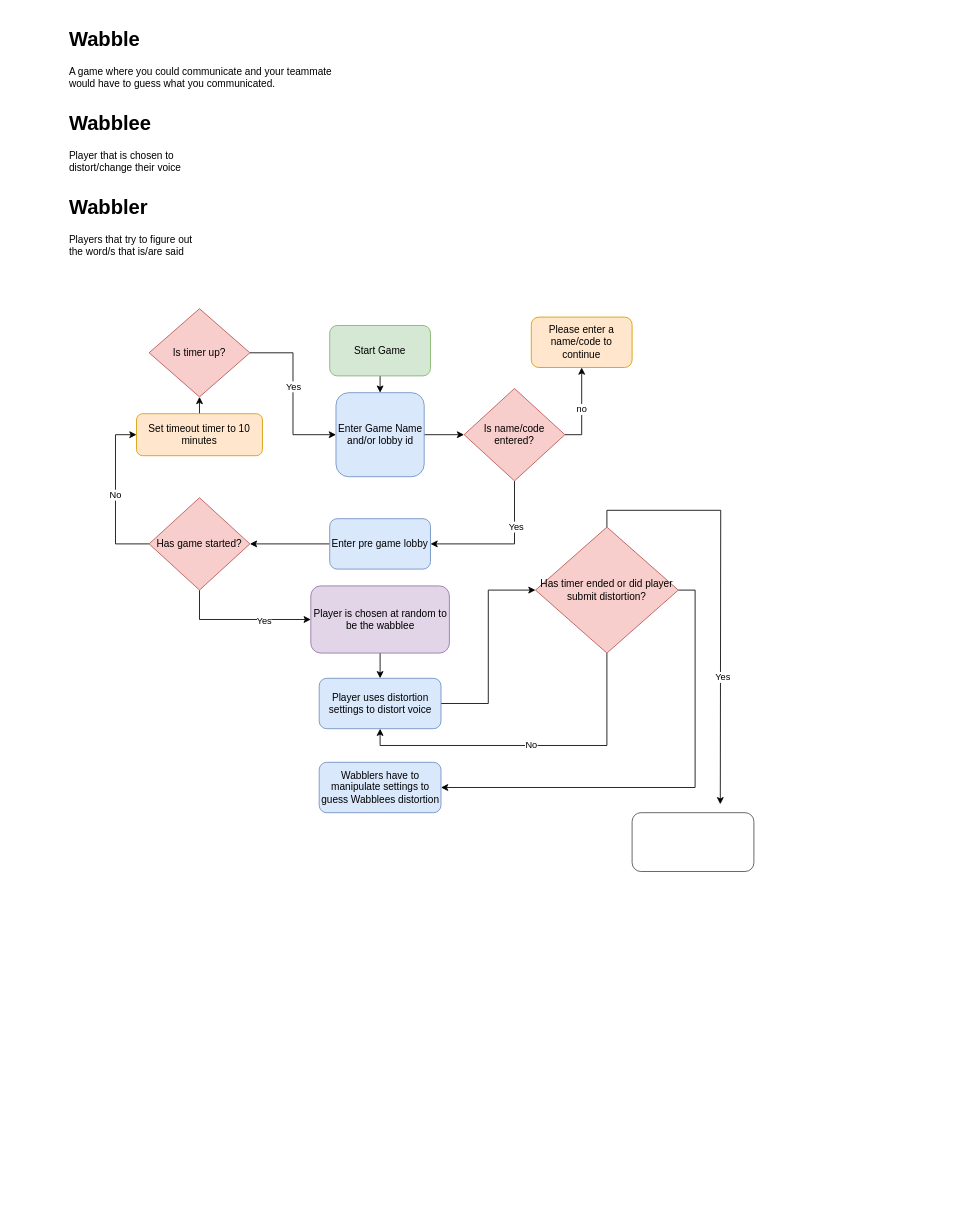
Above: Untitled Diagram.drawio in keemz1/keemz1 (draw.io), before the change. Source tidied: cells renumbered, new cells numbered last; positions are measured from the earlier drawing's top-left corner, leaving out a move shared by most shapes. Both pictures are drawn from the tidied source at 84%, with x=0, y=0 at pixel (65, 23).
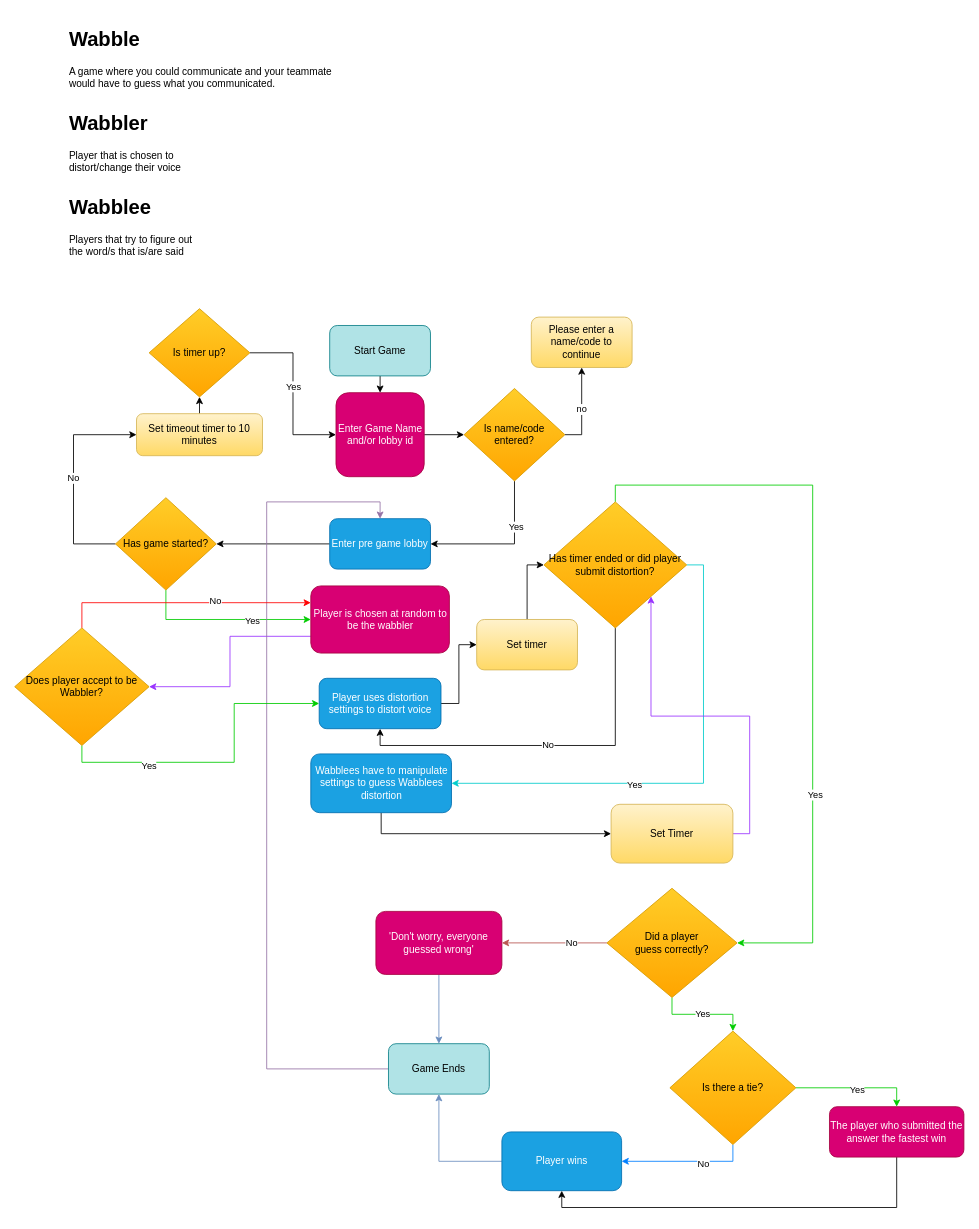
Above is the later version.

Change to the diagram source:
```diff
@@
-    <mxCell id="3" value="Start Game" style="rounded=1;whiteSpace=wrap;html=1;fillColor=#d5e8d4;strokeColor=#82b366;" parent="1" vertex="1">
+    <mxCell id="3" value="Start Game" style="rounded=1;whiteSpace=wrap;html=1;fillColor=#b0e3e6;strokeColor=#0e8088;" parent="1" vertex="1">
       <mxGeometry x="315" y="360" width="120" height="60" as="geometry" />
     </mxCell>
@@
-    <mxCell id="5" value="Enter Game Name and/or lobby id" style="rounded=1;whiteSpace=wrap;html=1;fillColor=#dae8fc;strokeColor=#6c8ebf;" parent="1" vertex="1">
+    <mxCell id="5" value="Enter Game Name and/or lobby id" style="rounded=1;whiteSpace=wrap;html=1;fillColor=#d80073;strokeColor=#A50040;fontColor=#ffffff;" parent="1" vertex="1">
       <mxGeometry x="322.5" y="440" width="105" height="100" as="geometry" />
     </mxCell>
@@
-    <mxCell id="9" value="Is name/code entered?" style="rhombus;whiteSpace=wrap;html=1;fillColor=#f8cecc;strokeColor=#b85450;" parent="1" vertex="1">
+    <mxCell id="9" value="Is name/code entered?" style="rhombus;whiteSpace=wrap;html=1;fillColor=#ffcd28;strokeColor=#d79b00;gradientColor=#ffa500;" parent="1" vertex="1">
       <mxGeometry x="475" y="435" width="120" height="110" as="geometry" />
     </mxCell>
-    <mxCell id="10" value="Please enter a name/code to continue" style="rounded=1;whiteSpace=wrap;html=1;fillColor=#ffe6cc;strokeColor=#d79b00;" parent="1" vertex="1">
+    <mxCell id="10" value="Please enter a name/code to continue" style="rounded=1;whiteSpace=wrap;html=1;fillColor=#fff2cc;strokeColor=#d6b656;gradientColor=#ffd966;" parent="1" vertex="1">
       <mxGeometry x="555" y="350" width="120" height="60" as="geometry" />
     </mxCell>
-    <mxCell id="11" style="edgeStyle=orthogonalEdgeStyle;rounded=0;jettySize=auto;html=1;exitX=0.5;exitY=1;exitDx=0;exitDy=0;entryX=0.5;entryY=0;entryDx=0;entryDy=0;" parent="1" edge="1" source="12" target="25">
-      <mxGeometry relative="1" as="geometry" />
-    </mxCell>
+    <mxCell id="36" style="edgeStyle=orthogonalEdgeStyle;rounded=0;jettySize=auto;html=1;exitX=0;exitY=0.75;exitDx=0;exitDy=0;entryX=1;entryY=0.5;entryDx=0;entryDy=0;strokeColor=#9933FF;" parent="1" edge="1" source="12" target="63">
+      <mxGeometry relative="1" as="geometry" />
+    </mxCell>
-    <mxCell id="12" value="Player is chosen at random to be the wabblee" style="rounded=1;whiteSpace=wrap;html=1;fillColor=#e1d5e7;strokeColor=#9673a6;" parent="1" vertex="1">
+    <mxCell id="12" value="Player is chosen at random to be the wabbler" style="rounded=1;whiteSpace=wrap;html=1;fillColor=#d80073;strokeColor=#A50040;fontColor=#ffffff;" parent="1" vertex="1">
       <mxGeometry x="292.5" y="670" width="165" height="80" as="geometry" />
     </mxCell>
@@
-    <mxCell id="15" value="Enter pre game lobby" style="rounded=1;whiteSpace=wrap;html=1;fillColor=#dae8fc;strokeColor=#6c8ebf;" parent="1" vertex="1">
+    <mxCell id="15" value="Enter pre game lobby" style="rounded=1;whiteSpace=wrap;html=1;fillColor=#1ba1e2;strokeColor=#006EAF;fontColor=#ffffff;" parent="1" vertex="1">
       <mxGeometry x="315" y="590" width="120" height="60" as="geometry" />
     </mxCell>
     <mxCell id="16" value="No" style="edgeStyle=orthogonalEdgeStyle;rounded=0;jettySize=auto;html=1;entryX=0;entryY=0.5;entryDx=0;entryDy=0;exitX=0;exitY=0.5;exitDx=0;exitDy=0;" parent="1" edge="1" source="19" target="21">
       <mxGeometry relative="1" as="geometry">
         <Array as="points">
-          <mxPoint x="60" y="620" />
-          <mxPoint x="60" y="490" />
+          <mxPoint x="10" y="620" />
+          <mxPoint x="10" y="490" />
         </Array>
       </mxGeometry>
     </mxCell>
-    <mxCell id="17" style="edgeStyle=orthogonalEdgeStyle;rounded=0;jettySize=auto;html=1;exitX=0.5;exitY=1;exitDx=0;exitDy=0;entryX=0;entryY=0.5;entryDx=0;entryDy=0;" parent="1" edge="1" source="19" target="12">
+    <mxCell id="17" style="edgeStyle=orthogonalEdgeStyle;rounded=0;jettySize=auto;html=1;exitX=0.5;exitY=1;exitDx=0;exitDy=0;entryX=0;entryY=0.5;entryDx=0;entryDy=0;fillColor=#60a917;strokeColor=#00CC00;" parent="1" edge="1" source="19" target="12">
       <mxGeometry relative="1" as="geometry" />
     </mxCell>
@@
-    <mxCell id="19" value="Has game started?" style="rhombus;whiteSpace=wrap;html=1;fillColor=#f8cecc;strokeColor=#b85450;" parent="1" vertex="1">
-      <mxGeometry x="100" y="565" width="120" height="110" as="geometry" />
+    <mxCell id="19" value="Has game started?" style="rhombus;whiteSpace=wrap;html=1;fillColor=#ffcd28;strokeColor=#d79b00;gradientColor=#ffa500;" parent="1" vertex="1">
+      <mxGeometry x="60" y="565" width="120" height="110" as="geometry" />
     </mxCell>
@@
-    <mxCell id="21" value="&lt;div&gt;Set timeout timer to 10 minutes&lt;br&gt;&lt;/div&gt;" style="rounded=1;whiteSpace=wrap;html=1;fillColor=#ffe6cc;strokeColor=#d79b00;" parent="1" vertex="1">
+    <mxCell id="21" value="&lt;div&gt;Set timeout timer to 10 minutes&lt;br&gt;&lt;/div&gt;" style="rounded=1;whiteSpace=wrap;html=1;fillColor=#fff2cc;strokeColor=#d6b656;gradientColor=#ffd966;" parent="1" vertex="1">
       <mxGeometry x="85" y="465" width="150" height="50" as="geometry" />
     </mxCell>
-    <mxCell id="22" value="&lt;h1&gt;Wabblee&lt;/h1&gt;&lt;p&gt;Player that is chosen to distort/change their voice&lt;br&gt;&lt;/p&gt;" style="text;html=1;strokeColor=none;fillColor=none;spacing=5;spacingTop=-20;whiteSpace=wrap;overflow=hidden;rounded=0;" parent="1" vertex="1">
+    <mxCell id="22" value="&lt;h1&gt;Wabbler&lt;/h1&gt;&lt;p&gt;Player that is chosen to distort/change their voice&lt;br&gt;&lt;/p&gt;" style="text;html=1;strokeColor=none;fillColor=none;spacing=5;spacingTop=-20;whiteSpace=wrap;overflow=hidden;rounded=0;" parent="1" vertex="1">
       <mxGeometry y="100" width="170" height="90" as="geometry" />
     </mxCell>
-    <mxCell id="23" value="&lt;h1&gt;Wabbler&lt;/h1&gt;Players that try to figure out the word/s that is/are said" style="text;html=1;strokeColor=none;fillColor=none;spacing=5;spacingTop=-20;whiteSpace=wrap;overflow=hidden;rounded=0;" parent="1" vertex="1">
+    <mxCell id="23" value="&lt;h1&gt;Wabblee&lt;/h1&gt;Players that try to figure out the word/s that is/are said" style="text;html=1;strokeColor=none;fillColor=none;spacing=5;spacingTop=-20;whiteSpace=wrap;overflow=hidden;rounded=0;" parent="1" vertex="1">
       <mxGeometry y="200" width="170" height="90" as="geometry" />
     </mxCell>
-    <mxCell id="24" style="edgeStyle=orthogonalEdgeStyle;rounded=0;jettySize=auto;html=1;exitX=1;exitY=0.5;exitDx=0;exitDy=0;entryX=0;entryY=0.5;entryDx=0;entryDy=0;" parent="1" edge="1" source="25" target="34">
+    <mxCell id="24" style="edgeStyle=orthogonalEdgeStyle;rounded=0;jettySize=auto;html=1;exitX=1;exitY=0.5;exitDx=0;exitDy=0;entryX=0;entryY=0.5;entryDx=0;entryDy=0;" parent="1" edge="1" source="25" target="41">
       <mxGeometry relative="1" as="geometry" />
     </mxCell>
-    <mxCell id="25" value="Player uses distortion settings to distort voice" style="rounded=1;whiteSpace=wrap;html=1;strokeColor=#6c8ebf;fillColor=#dae8fc;" parent="1" vertex="1">
+    <mxCell id="25" value="Player uses distortion settings to distort voice" style="rounded=1;whiteSpace=wrap;html=1;strokeColor=#006EAF;fillColor=#1ba1e2;fontColor=#ffffff;" parent="1" vertex="1">
       <mxGeometry x="302.5" y="780" width="145" height="60" as="geometry" />
     </mxCell>
@@
-    <mxCell id="28" value="Is timer up?" style="rhombus;whiteSpace=wrap;html=1;fillColor=#f8cecc;strokeColor=#b85450;" parent="1" vertex="1">
+    <mxCell id="28" value="Is timer up?" style="rhombus;whiteSpace=wrap;html=1;fillColor=#ffcd28;strokeColor=#d79b00;gradientColor=#ffa500;" parent="1" vertex="1">
       <mxGeometry x="100" y="340" width="120" height="105" as="geometry" />
     </mxCell>
+    <mxCell id="37" style="edgeStyle=orthogonalEdgeStyle;rounded=0;jettySize=auto;html=1;exitX=0.5;exitY=1;exitDx=0;exitDy=0;entryX=0;entryY=0.5;entryDx=0;entryDy=0;" parent="1" edge="1" source="29" target="35">
+      <mxGeometry relative="1" as="geometry" />
+    </mxCell>
-    <mxCell id="29" value="Wabblers have to manipulate settings to guess Wabblees distortion " style="rounded=1;whiteSpace=wrap;html=1;strokeColor=#6c8ebf;fillColor=#dae8fc;" parent="1" vertex="1">
-      <mxGeometry x="302.5" y="880" width="145" height="60" as="geometry" />
+    <mxCell id="29" value="Wabblees have to manipulate settings to guess Wabblees distortion " style="rounded=1;whiteSpace=wrap;html=1;strokeColor=#006EAF;fillColor=#1ba1e2;fontColor=#ffffff;" parent="1" vertex="1">
+      <mxGeometry x="292.5" y="870" width="167.5" height="70" as="geometry" />
     </mxCell>
-    <mxCell id="30" style="edgeStyle=orthogonalEdgeStyle;rounded=0;jettySize=auto;html=1;exitX=0.5;exitY=0;exitDx=0;exitDy=0;" parent="1" edge="1" source="34">
+    <mxCell id="30" style="edgeStyle=orthogonalEdgeStyle;rounded=0;jettySize=auto;html=1;exitX=0.5;exitY=0;exitDx=0;exitDy=0;strokeColor=#00CC00;entryX=1;entryY=0.5;entryDx=0;entryDy=0;" parent="1" edge="1" source="34" target="45">
       <mxGeometry relative="1" as="geometry">
-        <mxPoint x="780" y="930" as="targetPoint" />
+        <Array as="points">
+          <mxPoint x="655" y="550" />
+          <mxPoint x="890" y="550" />
+          <mxPoint x="890" y="1095" />
+        </Array>
       </mxGeometry>
     </mxCell>
@@
     <mxCell id="32" value="No" style="edgeStyle=orthogonalEdgeStyle;rounded=0;jettySize=auto;html=1;exitX=0.5;exitY=1;exitDx=0;exitDy=0;entryX=0.5;entryY=1;entryDx=0;entryDy=0;" parent="1" edge="1" source="34" target="25">
-      <mxGeometry relative="1" as="geometry" />
+      <mxGeometry relative="1" as="geometry">
+        <Array as="points">
+          <mxPoint x="655" y="860" />
+          <mxPoint x="375" y="860" />
+        </Array>
+      </mxGeometry>
     </mxCell>
-    <mxCell id="33" style="edgeStyle=orthogonalEdgeStyle;rounded=0;jettySize=auto;html=1;exitX=1;exitY=0.5;exitDx=0;exitDy=0;entryX=1;entryY=0.5;entryDx=0;entryDy=0;" parent="1" edge="1" source="34" target="29">
+    <mxCell id="33" style="edgeStyle=orthogonalEdgeStyle;rounded=0;jettySize=auto;html=1;exitX=1;exitY=0.5;exitDx=0;exitDy=0;entryX=1;entryY=0.5;entryDx=0;entryDy=0;strokeColor=#00CCCC;" parent="1" edge="1" source="34" target="29">
       <mxGeometry relative="1" as="geometry" />
     </mxCell>
+    <mxCell id="38" value="Yes" style="edgeLabel;html=1;align=center;verticalAlign=middle;" parent="33" vertex="1">
+      <mxGeometry x="0.25" y="1" relative="1" as="geometry" />
+    </mxCell>
-    <mxCell id="34" value="Has timer ended or did player submit distortion?" style="rhombus;whiteSpace=wrap;html=1;fillColor=#f8cecc;strokeColor=#b85450;" parent="1" vertex="1">
-      <mxGeometry x="560" y="600" width="170" height="150" as="geometry" />
+    <mxCell id="34" value="Has timer ended or did player submit distortion?" style="rhombus;whiteSpace=wrap;html=1;fillColor=#ffcd28;strokeColor=#d79b00;gradientColor=#ffa500;" parent="1" vertex="1">
+      <mxGeometry x="570" y="570" width="170" height="150" as="geometry" />
     </mxCell>
+    <mxCell id="39" style="edgeStyle=orthogonalEdgeStyle;rounded=0;jettySize=auto;html=1;exitX=1;exitY=0.5;exitDx=0;exitDy=0;entryX=1;entryY=1;entryDx=0;entryDy=0;strokeColor=#9933FF;" parent="1" edge="1" source="35" target="34">
+      <mxGeometry relative="1" as="geometry" />
+    </mxCell>
-    <mxCell id="35" style="rounded=1;whiteSpace=wrap;html=1;strokeColor=#4D4D4D;fillColor=#FFFFFF;" parent="1" vertex="1">
-      <mxGeometry x="675" y="940" width="145" height="70" as="geometry" />
+    <mxCell id="35" value="Set Timer" style="rounded=1;whiteSpace=wrap;html=1;strokeColor=#d6b656;fillColor=#fff2cc;gradientColor=#ffd966;" parent="1" vertex="1">
+      <mxGeometry x="650" y="930" width="145" height="70" as="geometry" />
     </mxCell>
+    <mxCell id="40" style="edgeStyle=orthogonalEdgeStyle;rounded=0;jettySize=auto;html=1;exitX=0.5;exitY=0;exitDx=0;exitDy=0;entryX=0;entryY=0.5;entryDx=0;entryDy=0;" parent="1" edge="1" source="41" target="34">
+      <mxGeometry relative="1" as="geometry" />
+    </mxCell>
+    <mxCell id="41" value="Set timer" style="rounded=1;whiteSpace=wrap;html=1;strokeColor=#d6b656;fillColor=#fff2cc;gradientColor=#ffd966;" parent="1" vertex="1">
+      <mxGeometry x="490" y="710" width="120" height="60" as="geometry" />
+    </mxCell>
+    <mxCell id="42" value="Yes" style="edgeStyle=orthogonalEdgeStyle;rounded=0;jettySize=auto;html=1;exitX=0.5;exitY=1;exitDx=0;exitDy=0;strokeColor=#00CC00;" parent="1" edge="1" source="45" target="56">
+      <mxGeometry relative="1" as="geometry" />
+    </mxCell>
+    <mxCell id="43" style="edgeStyle=orthogonalEdgeStyle;rounded=0;jettySize=auto;html=1;exitX=0;exitY=0.5;exitDx=0;exitDy=0;entryX=1;entryY=0.5;entryDx=0;entryDy=0;strokeColor=#b85450;fillColor=#f8cecc;" parent="1" edge="1" source="45" target="49">
+      <mxGeometry relative="1" as="geometry" />
+    </mxCell>
+    <mxCell id="44" value="No" style="edgeLabel;html=1;align=center;verticalAlign=middle;" parent="43" vertex="1">
+      <mxGeometry x="-0.31" y="-1" relative="1" as="geometry" />
+    </mxCell>
+    <mxCell id="45" value="&lt;div&gt;Did a player&lt;/div&gt;&lt;div&gt; guess correctly?&lt;/div&gt;" style="rhombus;whiteSpace=wrap;html=1;strokeColor=#d79b00;fillColor=#ffcd28;gradientColor=#ffa500;" parent="1" vertex="1">
+      <mxGeometry x="645" y="1030" width="155" height="130" as="geometry" />
+    </mxCell>
+    <mxCell id="46" style="edgeStyle=orthogonalEdgeStyle;rounded=0;jettySize=auto;html=1;exitX=0;exitY=0.5;exitDx=0;exitDy=0;entryX=0.5;entryY=1;entryDx=0;entryDy=0;strokeColor=#6c8ebf;fillColor=#dae8fc;" parent="1" edge="1" source="47" target="51">
+      <mxGeometry relative="1" as="geometry" />
+    </mxCell>
+    <mxCell id="47" value="Player wins" style="rounded=1;whiteSpace=wrap;html=1;strokeColor=#006EAF;fillColor=#1ba1e2;fontColor=#ffffff;" parent="1" vertex="1">
+      <mxGeometry x="520" y="1320" width="142.5" height="70" as="geometry" />
+    </mxCell>
+    <mxCell id="48" style="edgeStyle=orthogonalEdgeStyle;rounded=0;jettySize=auto;html=1;exitX=0.5;exitY=1;exitDx=0;exitDy=0;strokeColor=#6c8ebf;fillColor=#dae8fc;" parent="1" edge="1" source="49" target="51">
+      <mxGeometry relative="1" as="geometry" />
+    </mxCell>
+    <mxCell id="49" value="'Don't worry, everyone guessed wrong'" style="rounded=1;whiteSpace=wrap;html=1;strokeColor=#A50040;fillColor=#d80073;fontColor=#ffffff;" parent="1" vertex="1">
+      <mxGeometry x="370" y="1057.5" width="150" height="75" as="geometry" />
+    </mxCell>
+    <mxCell id="50" style="edgeStyle=orthogonalEdgeStyle;rounded=0;jettySize=auto;html=1;exitX=0;exitY=0.5;exitDx=0;exitDy=0;strokeColor=#9673a6;entryX=0.5;entryY=0;entryDx=0;entryDy=0;fillColor=#e1d5e7;" parent="1" edge="1" source="51" target="15">
+      <mxGeometry relative="1" as="geometry">
+        <Array as="points">
+          <mxPoint x="240" y="1245" />
+          <mxPoint x="240" y="570" />
+          <mxPoint x="375" y="570" />
+        </Array>
+      </mxGeometry>
+    </mxCell>
+    <mxCell id="51" value="Game Ends" style="rounded=1;whiteSpace=wrap;html=1;strokeColor=#0e8088;fillColor=#b0e3e6;" parent="1" vertex="1">
+      <mxGeometry x="385" y="1215" width="120" height="60" as="geometry" />
+    </mxCell>
+    <mxCell id="52" style="edgeStyle=orthogonalEdgeStyle;rounded=0;jettySize=auto;html=1;exitX=0.5;exitY=1;exitDx=0;exitDy=0;strokeColor=#007FFF;" parent="1" edge="1" source="56" target="47">
+      <mxGeometry relative="1" as="geometry" />
+    </mxCell>
+    <mxCell id="53" value="No" style="edgeLabel;html=1;align=center;verticalAlign=middle;" parent="52" vertex="1">
+      <mxGeometry x="-0.27" y="2" relative="1" as="geometry" />
+    </mxCell>
+    <mxCell id="54" style="edgeStyle=orthogonalEdgeStyle;rounded=0;jettySize=auto;html=1;exitX=1;exitY=0.5;exitDx=0;exitDy=0;entryX=0.5;entryY=0;entryDx=0;entryDy=0;strokeColor=#00CC00;" parent="1" edge="1" source="56" target="58">
+      <mxGeometry relative="1" as="geometry" />
+    </mxCell>
+    <mxCell id="55" value="Yes" style="edgeLabel;html=1;align=center;verticalAlign=middle;" parent="54" vertex="1">
+      <mxGeometry x="0.01" y="-1" relative="1" as="geometry">
+        <mxPoint y="1" as="offset" />
+      </mxGeometry>
+    </mxCell>
+    <mxCell id="56" value="Is there a tie?" style="rhombus;whiteSpace=wrap;html=1;fillColor=#ffcd28;strokeColor=#d79b00;gradientColor=#ffa500;" parent="1" vertex="1">
+      <mxGeometry x="720" y="1200" width="150" height="135" as="geometry" />
+    </mxCell>
+    <mxCell id="57" style="edgeStyle=orthogonalEdgeStyle;rounded=0;jettySize=auto;html=1;exitX=0.5;exitY=1;exitDx=0;exitDy=0;entryX=0.5;entryY=1;entryDx=0;entryDy=0;" parent="1" edge="1" source="58" target="47">
+      <mxGeometry relative="1" as="geometry" />
+    </mxCell>
+    <mxCell id="58" value="The player who submitted the answer the fastest win" style="rounded=1;whiteSpace=wrap;html=1;fillColor=#d80073;strokeColor=#A50040;fontColor=#ffffff;" parent="1" vertex="1">
+      <mxGeometry x="910" y="1290" width="160" height="60" as="geometry" />
+    </mxCell>
+    <mxCell id="59" style="edgeStyle=orthogonalEdgeStyle;rounded=0;jettySize=auto;html=1;exitX=0.5;exitY=1;exitDx=0;exitDy=0;entryX=0;entryY=0.5;entryDx=0;entryDy=0;strokeColor=#00CC00;" parent="1" edge="1" source="63" target="25">
+      <mxGeometry relative="1" as="geometry" />
+    </mxCell>
+    <mxCell id="60" value="Yes" style="edgeLabel;html=1;align=center;verticalAlign=middle;" parent="59" vertex="1">
+      <mxGeometry x="-0.47" y="-4" relative="1" as="geometry" />
+    </mxCell>
+    <mxCell id="61" style="edgeStyle=orthogonalEdgeStyle;rounded=0;jettySize=auto;html=1;exitX=0.5;exitY=0;exitDx=0;exitDy=0;entryX=0;entryY=0.25;entryDx=0;entryDy=0;strokeColor=#FF0000;" parent="1" edge="1" source="63" target="12">
+      <mxGeometry relative="1" as="geometry" />
+    </mxCell>
+    <mxCell id="62" value="No" style="edgeLabel;html=1;align=center;verticalAlign=middle;" parent="61" vertex="1">
+      <mxGeometry x="0.24" y="3" relative="1" as="geometry" />
+    </mxCell>
+    <mxCell id="63" value="Does player accept to be Wabbler?" style="rhombus;whiteSpace=wrap;html=1;gradientColor=#ffa500;fillColor=#ffcd28;strokeColor=#d79b00;" parent="1" vertex="1">
+      <mxGeometry x="-60" y="720" width="160" height="140" as="geometry" />
+    </mxCell>
```
